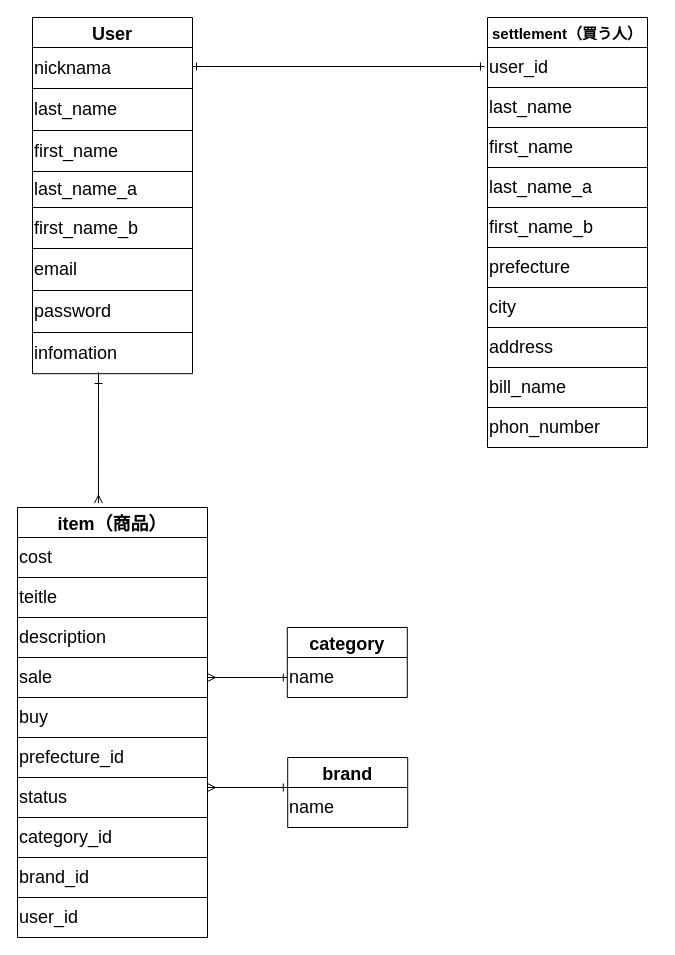
kijima-line/furima-37451 keeps this draw.io diagram as ER図.dio. Above is the earlier version. Source tidied: cells renumbered, new cells numbered last; positions are measured from the earlier drawing's top-left corner, leaving out a move shared by most shapes. Both pictures are drawn from the tidied source at 100%, with x=0, y=0 at pixel (17, 17).
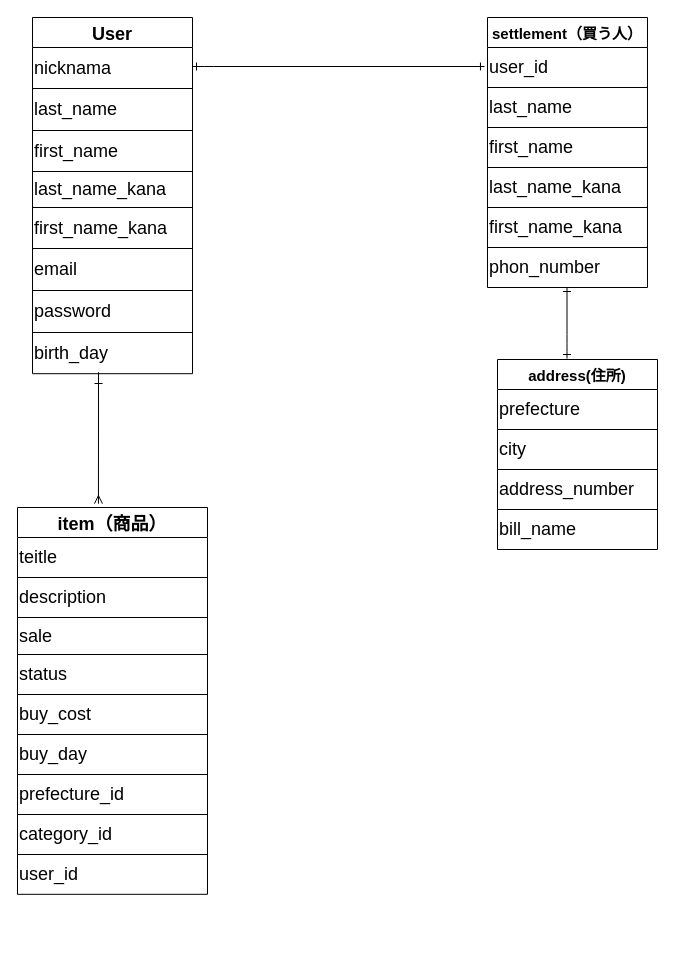
The same diagram, later.

Unchanged cells that the change refers to:
```xml
<mxCell id="13" style="shape=partialRectangle;html=1;whiteSpace=wrap;fillColor=none;top=0;left=0;bottom=0;right=0;" parent="6" vertex="1">
  <mxGeometry y="154" width="160" height="36" as="geometry" />
</mxCell>
<mxCell id="15" style="shape=partialRectangle;html=1;whiteSpace=wrap;fillColor=none;top=0;left=0;bottom=0;right=0;" parent="6" vertex="1">
  <mxGeometry y="190" width="160" height="41" as="geometry" />
</mxCell>
<mxCell id="21" style="shape=partialRectangle;html=1;whiteSpace=wrap;fillColor=none;top=0;left=0;bottom=0;right=0;" parent="6" vertex="1">
  <mxGeometry y="315" width="160" height="41" as="geometry" />
</mxCell>
<mxCell id="30" style="shape=partialRectangle;html=1;whiteSpace=wrap;fillColor=none;top=0;left=0;bottom=0;right=0;" parent="23" vertex="1">
  <mxGeometry y="150" width="160" height="40" as="geometry" />
</mxCell>
<mxCell id="32" style="shape=partialRectangle;html=1;whiteSpace=wrap;fillColor=none;top=0;left=0;bottom=0;right=0;" parent="23" vertex="1">
  <mxGeometry y="190" width="160" height="40" as="geometry" />
</mxCell>
```

The edit, as a diff of the source:
```diff
@@
-    <mxCell id="3" style="edgeStyle=orthogonalEdgeStyle;html=1;fontSize=14;startArrow=ERmany;startFill=0;endArrow=ERone;endFill=0;strokeColor=#000000;" parent="1" edge="1">
-      <mxGeometry relative="1" as="geometry">
-        <mxPoint x="190" y="660" as="sourcePoint" />
-        <mxPoint x="269.8" y="660" as="targetPoint" />
-      </mxGeometry>
-    </mxCell>
-    <mxCell id="4" style="edgeStyle=orthogonalEdgeStyle;html=1;fontSize=14;startArrow=ERmany;startFill=0;endArrow=ERone;endFill=0;strokeColor=#000000;" parent="1" edge="1">
-      <mxGeometry relative="1" as="geometry">
-        <mxPoint x="190" y="770" as="sourcePoint" />
-        <mxPoint x="269.8" y="770" as="targetPoint" />
-      </mxGeometry>
-    </mxCell>
@@
-    <mxCell id="14" value="last_name_a" style="shape=partialRectangle;html=1;whiteSpace=wrap;fillColor=none;top=0;left=0;bottom=0;right=0;overflow=hidden;fontSize=18;align=left;fontColor=#000000;strokeColor=#000000;" parent="13" vertex="1">
+    <mxCell id="14" value="last_name_kana" style="shape=partialRectangle;html=1;whiteSpace=wrap;fillColor=none;top=0;left=0;bottom=0;right=0;overflow=hidden;fontSize=18;align=left;fontColor=#000000;strokeColor=#000000;" parent="13" vertex="1">
       <mxGeometry width="160" height="36" as="geometry" />
     </mxCell>
@@
-    <mxCell id="16" value="first_name_b" style="shape=partialRectangle;html=1;whiteSpace=wrap;fillColor=none;top=0;left=0;bottom=0;right=0;overflow=hidden;fontSize=18;align=left;fontColor=#000000;strokeColor=#000000;" parent="15" vertex="1">
+    <mxCell id="16" value="first_name_kana" style="shape=partialRectangle;html=1;whiteSpace=wrap;fillColor=none;top=0;left=0;bottom=0;right=0;overflow=hidden;fontSize=18;align=left;fontColor=#000000;strokeColor=#000000;" parent="15" vertex="1">
       <mxGeometry width="160" height="41" as="geometry" />
     </mxCell>
@@
-    <mxCell id="22" value="infomation" style="shape=partialRectangle;html=1;whiteSpace=wrap;fillColor=none;top=0;left=0;bottom=0;right=0;overflow=hidden;fontSize=18;align=left;fontColor=#000000;strokeColor=#000000;" parent="21" vertex="1">
+    <mxCell id="22" value="birth_day" style="shape=partialRectangle;html=1;whiteSpace=wrap;fillColor=none;top=0;left=0;bottom=0;right=0;overflow=hidden;fontSize=18;align=left;fontColor=#000000;strokeColor=#000000;" parent="21" vertex="1">
       <mxGeometry width="160" height="41" as="geometry" />
     </mxCell>
     <mxCell id="23" value="settlement（買う人）" style="shape=table;startSize=30;childLayout=tableLayout;fontStyle=1;align=center;fontSize=15;strokeColor=#000000;" parent="1" vertex="1">
-      <mxGeometry x="470" width="160" height="430" as="geometry" />
+      <mxGeometry x="470" width="160" height="270" as="geometry" />
     </mxCell>
@@
-    <mxCell id="31" value="last_name_a" style="shape=partialRectangle;html=1;whiteSpace=wrap;fillColor=none;top=0;left=0;bottom=0;right=0;overflow=hidden;fontSize=18;align=left;fontColor=#000000;strokeColor=#000000;" parent="30" vertex="1">
+    <mxCell id="31" value="last_name_kana" style="shape=partialRectangle;html=1;whiteSpace=wrap;fillColor=none;top=0;left=0;bottom=0;right=0;overflow=hidden;fontSize=18;align=left;fontColor=#000000;strokeColor=#000000;" parent="30" vertex="1">
       <mxGeometry width="160" height="40" as="geometry" />
     </mxCell>
@@
-    <mxCell id="33" value="first_name_b" style="shape=partialRectangle;html=1;whiteSpace=wrap;fillColor=none;top=0;left=0;bottom=0;right=0;overflow=hidden;fontSize=18;align=left;fontColor=#000000;strokeColor=#000000;" parent="32" vertex="1">
+    <mxCell id="33" value="first_name_kana" style="shape=partialRectangle;html=1;whiteSpace=wrap;fillColor=none;top=0;left=0;bottom=0;right=0;overflow=hidden;fontSize=18;align=left;fontColor=#000000;strokeColor=#000000;" parent="32" vertex="1">
       <mxGeometry width="160" height="40" as="geometry" />
     </mxCell>
-    <mxCell id="34" style="shape=partialRectangle;html=1;whiteSpace=wrap;fillColor=none;top=0;left=0;bottom=0;right=0;" parent="23" vertex="1">
-      <mxGeometry y="230" width="160" height="40" as="geometry" />
-    </mxCell>
-    <mxCell id="35" value="prefecture" style="shape=partialRectangle;html=1;whiteSpace=wrap;fillColor=none;top=0;left=0;bottom=0;right=0;overflow=hidden;fontSize=18;align=left;fontColor=#000000;strokeColor=#000000;" parent="34" vertex="1">
-      <mxGeometry width="160" height="40" as="geometry" />
-    </mxCell>
     <mxCell id="36" style="shape=partialRectangle;html=1;whiteSpace=wrap;fillColor=none;top=0;left=0;bottom=0;right=0;" parent="23" vertex="1">
-      <mxGeometry y="270" width="160" height="40" as="geometry" />
+      <mxGeometry y="230" width="160" height="40" as="geometry" />
     </mxCell>
-    <mxCell id="37" value="city" style="shape=partialRectangle;html=1;whiteSpace=wrap;fillColor=none;top=0;left=0;bottom=0;right=0;overflow=hidden;fontSize=18;align=left;fontColor=#000000;strokeColor=#000000;" parent="36" vertex="1">
+    <mxCell id="37" value="phon_number" style="shape=partialRectangle;html=1;whiteSpace=wrap;fillColor=none;top=0;left=0;bottom=0;right=0;overflow=hidden;fontSize=18;align=left;fontColor=#000000;strokeColor=#000000;" parent="36" vertex="1">
       <mxGeometry width="160" height="40" as="geometry" />
     </mxCell>
-    <mxCell id="38" style="shape=partialRectangle;html=1;whiteSpace=wrap;fillColor=none;top=0;left=0;bottom=0;right=0;" parent="23" vertex="1">
-      <mxGeometry y="310" width="160" height="40" as="geometry" />
-    </mxCell>
-    <mxCell id="39" value="address" style="shape=partialRectangle;html=1;whiteSpace=wrap;fillColor=none;top=0;left=0;bottom=0;right=0;overflow=hidden;fontSize=18;align=left;fontColor=#000000;strokeColor=#000000;" parent="38" vertex="1">
-      <mxGeometry width="160" height="40" as="geometry" />
-    </mxCell>
-    <mxCell id="40" style="shape=partialRectangle;html=1;whiteSpace=wrap;fillColor=none;top=0;left=0;bottom=0;right=0;" parent="23" vertex="1">
-      <mxGeometry y="350" width="160" height="40" as="geometry" />
-    </mxCell>
-    <mxCell id="41" value="bill_name" style="shape=partialRectangle;html=1;whiteSpace=wrap;fillColor=none;top=0;left=0;bottom=0;right=0;overflow=hidden;fontSize=18;align=left;fontColor=#000000;strokeColor=#000000;" parent="40" vertex="1">
-      <mxGeometry width="160" height="40" as="geometry" />
-    </mxCell>
-    <mxCell id="42" style="shape=partialRectangle;html=1;whiteSpace=wrap;fillColor=none;top=0;left=0;bottom=0;right=0;" parent="23" vertex="1">
-      <mxGeometry y="390" width="160" height="40" as="geometry" />
-    </mxCell>
-    <mxCell id="43" value="phon_number" style="shape=partialRectangle;html=1;whiteSpace=wrap;fillColor=none;top=0;left=0;bottom=0;right=0;overflow=hidden;fontSize=18;align=left;fontColor=#000000;strokeColor=#000000;" parent="42" vertex="1">
-      <mxGeometry width="160" height="40" as="geometry" />
-    </mxCell>
     <mxCell id="44" value="item（商品）" style="shape=table;startSize=30;childLayout=tableLayout;fontStyle=1;align=center;fontSize=18;strokeColor=#000000;" parent="1" vertex="1">
-      <mxGeometry y="490" width="190" height="430" as="geometry" />
+      <mxGeometry y="490" width="190" height="386.8" as="geometry" />
     </mxCell>
-    <mxCell id="45" style="shape=partialRectangle;html=1;whiteSpace=wrap;fillColor=none;top=0;left=0;bottom=0;right=0;" parent="44" vertex="1">
-      <mxGeometry y="30" width="190" height="40" as="geometry" />
-    </mxCell>
-    <mxCell id="46" value="cost" style="shape=partialRectangle;html=1;whiteSpace=wrap;fillColor=none;top=0;left=0;bottom=0;right=0;overflow=hidden;fontSize=18;align=left;fontColor=#000000;" parent="45" vertex="1">
-      <mxGeometry width="190" height="40" as="geometry" />
-    </mxCell>
     <mxCell id="47" style="shape=partialRectangle;html=1;whiteSpace=wrap;fillColor=none;top=0;left=0;bottom=0;right=0;" parent="44" vertex="1">
-      <mxGeometry y="70" width="190" height="40" as="geometry" />
+      <mxGeometry y="30" width="190" height="40" as="geometry" />
     </mxCell>
@@
     <mxCell id="49" style="shape=partialRectangle;html=1;whiteSpace=wrap;fillColor=none;top=0;left=0;bottom=0;right=0;" parent="44" vertex="1">
-      <mxGeometry y="110" width="190" height="40" as="geometry" />
+      <mxGeometry y="70" width="190" height="40" as="geometry" />
     </mxCell>
@@
     <mxCell id="51" style="shape=partialRectangle;html=1;whiteSpace=wrap;fillColor=none;top=0;left=0;bottom=0;right=0;" parent="44" vertex="1">
-      <mxGeometry y="150" width="190" height="40" as="geometry" />
+      <mxGeometry y="110" width="190" height="37" as="geometry" />
     </mxCell>
     <mxCell id="52" value="sale" style="shape=partialRectangle;html=1;whiteSpace=wrap;fillColor=none;top=0;left=0;bottom=0;right=0;overflow=hidden;fontSize=18;align=left;fontColor=#000000;" parent="51" vertex="1">
-      <mxGeometry width="190" height="40" as="geometry" />
+      <mxGeometry width="190" height="37" as="geometry" />
     </mxCell>
+    <mxCell id="57" style="shape=partialRectangle;html=1;whiteSpace=wrap;fillColor=none;top=0;left=0;bottom=0;right=0;" parent="44" vertex="1">
+      <mxGeometry y="147" width="190" height="40" as="geometry" />
+    </mxCell>
+    <mxCell id="58" value="status" style="shape=partialRectangle;html=1;whiteSpace=wrap;fillColor=none;top=0;left=0;bottom=0;right=0;overflow=hidden;fontSize=18;align=left;fontColor=#000000;" parent="57" vertex="1">
+      <mxGeometry width="190" height="40" as="geometry" />
+    </mxCell>
     <mxCell id="53" style="shape=partialRectangle;html=1;whiteSpace=wrap;fillColor=none;top=0;left=0;bottom=0;right=0;" parent="44" vertex="1">
-      <mxGeometry y="190" width="190" height="40" as="geometry" />
+      <mxGeometry y="187" width="190" height="40" as="geometry" />
     </mxCell>
-    <mxCell id="54" value="buy" style="shape=partialRectangle;html=1;whiteSpace=wrap;fillColor=none;top=0;left=0;bottom=0;right=0;overflow=hidden;fontSize=18;align=left;fontColor=#000000;" parent="53" vertex="1">
+    <mxCell id="54" value="buy_cost" style="shape=partialRectangle;html=1;whiteSpace=wrap;fillColor=none;top=0;left=0;bottom=0;right=0;overflow=hidden;fontSize=18;align=left;fontColor=#000000;" parent="53" vertex="1">
       <mxGeometry width="190" height="40" as="geometry" />
     </mxCell>
+    <mxCell id="71" style="shape=partialRectangle;html=1;whiteSpace=wrap;fillColor=none;top=0;left=0;bottom=0;right=0;" parent="44" vertex="1">
+      <mxGeometry y="227" width="190" height="40" as="geometry" />
+    </mxCell>
+    <mxCell id="72" value="buy_day" style="shape=partialRectangle;html=1;whiteSpace=wrap;fillColor=none;top=0;left=0;bottom=0;right=0;overflow=hidden;fontSize=18;align=left;fontColor=#000000;" parent="71" vertex="1">
+      <mxGeometry width="190" height="40" as="geometry" />
+    </mxCell>
     <mxCell id="55" style="shape=partialRectangle;html=1;whiteSpace=wrap;fillColor=none;top=0;left=0;bottom=0;right=0;" parent="44" vertex="1">
-      <mxGeometry y="230" width="190" height="40" as="geometry" />
+      <mxGeometry y="267" width="190" height="40" as="geometry" />
     </mxCell>
@@
-    <mxCell id="57" style="shape=partialRectangle;html=1;whiteSpace=wrap;fillColor=none;top=0;left=0;bottom=0;right=0;" parent="44" vertex="1">
-      <mxGeometry y="270" width="190" height="40" as="geometry" />
-    </mxCell>
-    <mxCell id="58" value="status" style="shape=partialRectangle;html=1;whiteSpace=wrap;fillColor=none;top=0;left=0;bottom=0;right=0;overflow=hidden;fontSize=18;align=left;fontColor=#000000;" parent="57" vertex="1">
-      <mxGeometry width="190" height="40" as="geometry" />
-    </mxCell>
     <mxCell id="59" style="shape=partialRectangle;html=1;whiteSpace=wrap;fillColor=none;top=0;left=0;bottom=0;right=0;" parent="44" vertex="1">
-      <mxGeometry y="310" width="190" height="40" as="geometry" />
+      <mxGeometry y="307" width="190" height="40" as="geometry" />
     </mxCell>
@@
-    <mxCell id="61" style="shape=partialRectangle;html=1;whiteSpace=wrap;fillColor=none;top=0;left=0;bottom=0;right=0;" parent="44" vertex="1">
-      <mxGeometry y="350" width="190" height="40" as="geometry" />
-    </mxCell>
-    <mxCell id="62" value="brand_id" style="shape=partialRectangle;html=1;whiteSpace=wrap;fillColor=none;top=0;left=0;bottom=0;right=0;overflow=hidden;fontSize=18;align=left;fontColor=#000000;" parent="61" vertex="1">
-      <mxGeometry width="190" height="40" as="geometry" />
-    </mxCell>
     <mxCell id="63" style="shape=partialRectangle;html=1;whiteSpace=wrap;fillColor=none;top=0;left=0;bottom=0;right=0;" parent="44" vertex="1">
-      <mxGeometry y="390" width="190" height="40" as="geometry" />
+      <mxGeometry y="347" width="190" height="40" as="geometry" />
     </mxCell>
@@
-    <mxCell id="65" value="category" style="shape=table;startSize=30;childLayout=tableLayout;fontStyle=1;align=center;fontSize=18;strokeColor=#000000;" parent="1" vertex="1">
-      <mxGeometry x="269.8" y="610" width="120" height="70" as="geometry" />
-    </mxCell>
-    <mxCell id="66" style="shape=partialRectangle;html=1;whiteSpace=wrap;fillColor=none;top=0;left=0;bottom=0;right=0;" parent="65" vertex="1">
-      <mxGeometry y="30" width="120" height="40" as="geometry" />
-    </mxCell>
-    <mxCell id="67" value="name" style="shape=partialRectangle;html=1;whiteSpace=wrap;fillColor=none;top=0;left=0;bottom=0;right=0;overflow=hidden;align=left;fontSize=18;strokeColor=#000000;fontColor=#000000;" parent="66" vertex="1">
-      <mxGeometry width="120" height="40" as="geometry" />
-    </mxCell>
-    <mxCell id="68" value="brand" style="shape=table;startSize=30;childLayout=tableLayout;fontStyle=1;align=center;fontSize=18;strokeColor=#000000;" parent="1" vertex="1">
-      <mxGeometry x="270.2" y="740" width="120" height="70" as="geometry" />
-    </mxCell>
-    <mxCell id="69" style="shape=partialRectangle;html=1;whiteSpace=wrap;fillColor=none;top=0;left=0;bottom=0;right=0;" parent="68" vertex="1">
-      <mxGeometry y="30" width="120" height="40" as="geometry" />
-    </mxCell>
-    <mxCell id="70" value="&lt;font color=&quot;#000000&quot;&gt;name&lt;/font&gt;" style="shape=partialRectangle;html=1;whiteSpace=wrap;fillColor=none;top=0;left=0;bottom=0;right=0;overflow=hidden;align=left;fontSize=18;" parent="69" vertex="1">
-      <mxGeometry width="120" height="40" as="geometry" />
-    </mxCell>
+    <mxCell id="73" value="address(住所)" style="shape=table;startSize=30;childLayout=tableLayout;fontStyle=1;align=center;fontSize=15;strokeColor=#000000;" parent="1" vertex="1">
+      <mxGeometry x="480" y="342" width="160" height="190" as="geometry" />
+    </mxCell>
+    <mxCell id="74" style="shape=partialRectangle;html=1;whiteSpace=wrap;fillColor=none;top=0;left=0;bottom=0;right=0;" parent="73" vertex="1">
+      <mxGeometry y="30" width="160" height="40" as="geometry" />
+    </mxCell>
+    <mxCell id="35" value="prefecture" style="shape=partialRectangle;html=1;whiteSpace=wrap;fillColor=none;top=0;left=0;bottom=0;right=0;overflow=hidden;align=left;fontSize=18;fontColor=#000000;strokeColor=#000000;" parent="74" vertex="1">
+      <mxGeometry width="160" height="40" as="geometry" />
+    </mxCell>
+    <mxCell id="75" style="shape=partialRectangle;html=1;whiteSpace=wrap;fillColor=none;top=0;left=0;bottom=0;right=0;" parent="73" vertex="1">
+      <mxGeometry y="70" width="160" height="40" as="geometry" />
+    </mxCell>
+    <mxCell id="76" value="&lt;font style=&quot;font-size: 18px&quot;&gt;city&lt;/font&gt;" style="shape=partialRectangle;html=1;whiteSpace=wrap;fillColor=none;top=0;left=0;bottom=0;right=0;overflow=hidden;align=left;fontSize=18;fontColor=#000000;strokeColor=#000000;" parent="75" vertex="1">
+      <mxGeometry width="160" height="40" as="geometry" />
+    </mxCell>
+    <mxCell id="77" style="shape=partialRectangle;html=1;whiteSpace=wrap;fillColor=none;top=0;left=0;bottom=0;right=0;" parent="73" vertex="1">
+      <mxGeometry y="110" width="160" height="40" as="geometry" />
+    </mxCell>
+    <mxCell id="78" value="address_number" style="shape=partialRectangle;html=1;whiteSpace=wrap;fillColor=none;top=0;left=0;bottom=0;right=0;overflow=hidden;fontSize=18;align=left;fontColor=#000000;strokeColor=#000000;" parent="77" vertex="1">
+      <mxGeometry width="160" height="40" as="geometry" />
+    </mxCell>
+    <mxCell id="79" style="shape=partialRectangle;html=1;whiteSpace=wrap;fillColor=none;top=0;left=0;bottom=0;right=0;" parent="73" vertex="1">
+      <mxGeometry y="150" width="160" height="40" as="geometry" />
+    </mxCell>
+    <mxCell id="41" value="bill_name" style="shape=partialRectangle;html=1;whiteSpace=wrap;fillColor=none;top=0;left=0;bottom=0;right=0;overflow=hidden;fontSize=18;align=left;fontColor=#000000;strokeColor=#000000;" parent="79" vertex="1">
+      <mxGeometry width="160" height="40" as="geometry" />
+    </mxCell>
+    <mxCell id="80" style="edgeStyle=orthogonalEdgeStyle;html=1;fontSize=14;startArrow=ERone;startFill=0;endArrow=ERone;endFill=0;strokeColor=#000000;" parent="1" edge="1">
+      <mxGeometry relative="1" as="geometry">
+        <mxPoint x="549.5" y="270" as="sourcePoint" />
+        <mxPoint x="549.5" y="341" as="targetPoint" />
+        <Array as="points">
+          <mxPoint x="549.5" y="327" />
+          <mxPoint x="549.5" y="327" />
+        </Array>
+      </mxGeometry>
+    </mxCell>
```
